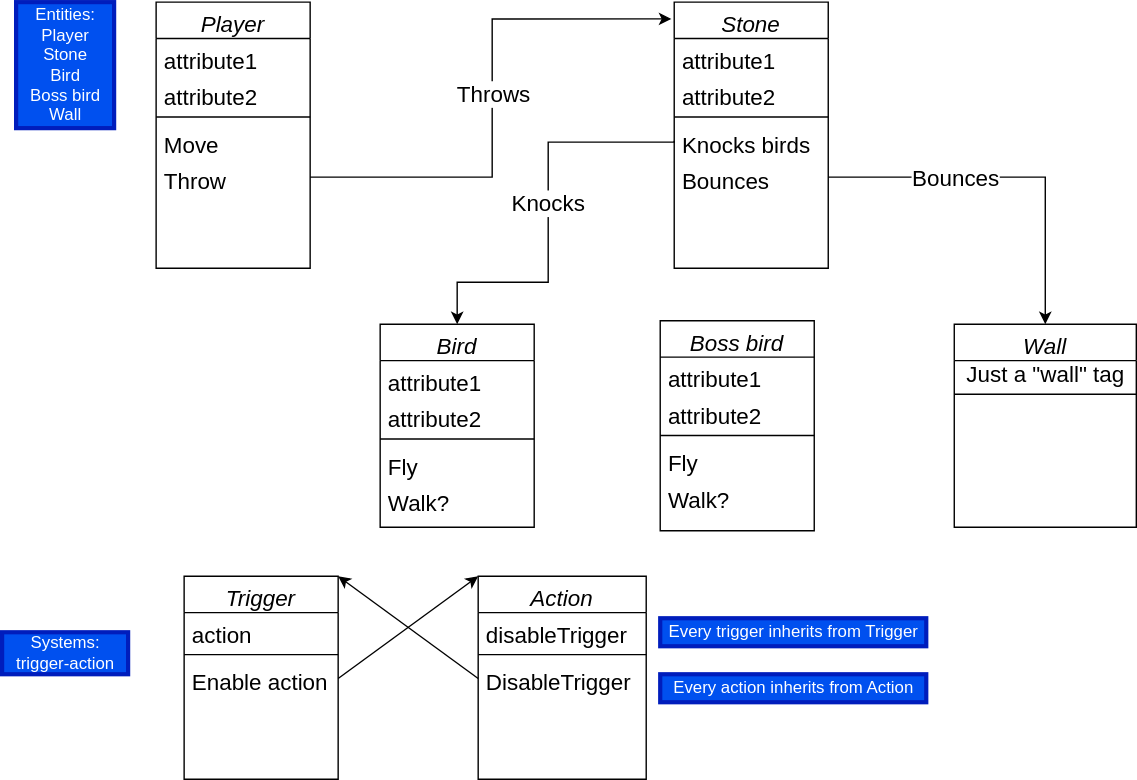
The draw.io diagram EntitiesAndSystems.drawio.svg in DesseyCodes/The-Kidnapping-of-the-Damsel, before a commit. Source tidied: cells renumbered, new cells last; positions are measured from the earlier drawing's top-left corner, leaving out a move shared by most shapes.
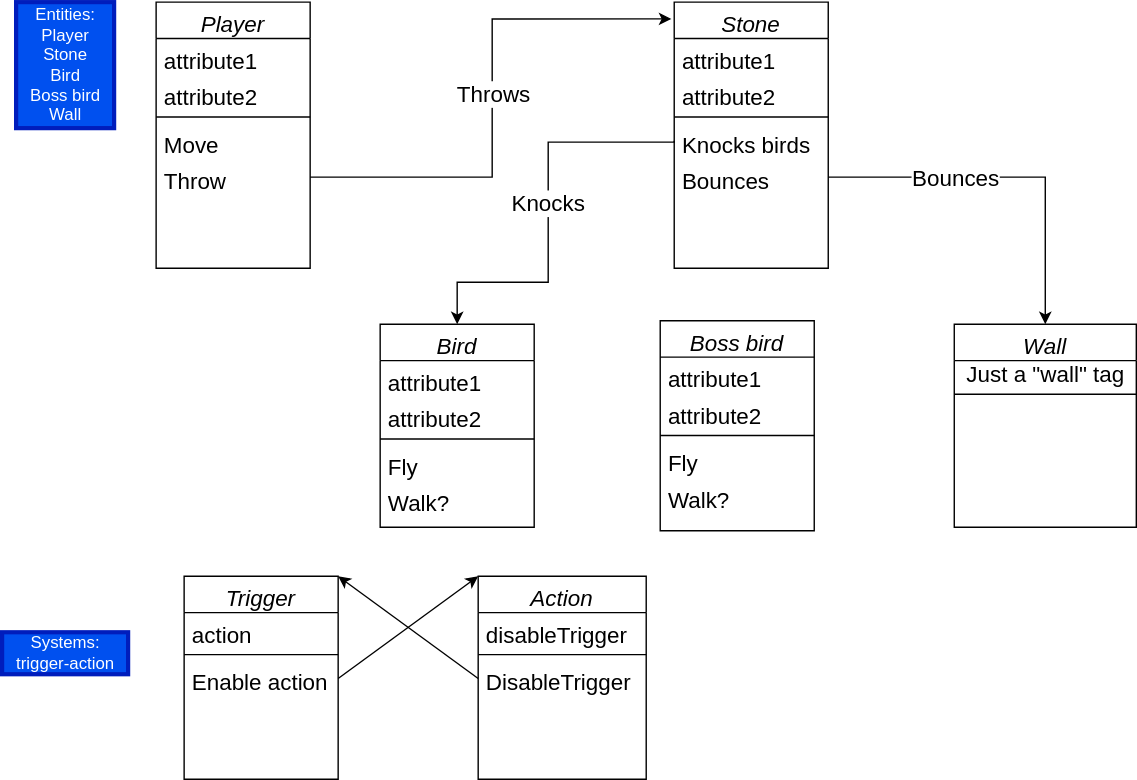
The same diagram one commit later.

The edit, as a diff of the source:
```diff
@@ -154,11 +154,5 @@
         <mxPoint x="-9" y="-4" as="offset" />
       </mxGeometry>
     </mxCell>
-    <mxCell id="47" value="Every trigger inherits from Trigger" style="text;html=1;align=center;verticalAlign=middle;strokeColor=#001DBC;fillColor=#0050ef;strokeWidth=3;fontColor=#ffffff;" parent="1" vertex="1">
-      <mxGeometry x="470" y="440" width="190" height="20" as="geometry" />
-    </mxCell>
-    <mxCell id="48" value="Every action inherits from Action" style="text;html=1;align=center;verticalAlign=middle;strokeColor=#001DBC;fillColor=#0050ef;strokeWidth=3;fontColor=#ffffff;" parent="1" vertex="1">
-      <mxGeometry x="470" y="480" width="190" height="20" as="geometry" />
-    </mxCell>
   </root>
 </mxGraphModel>
```
